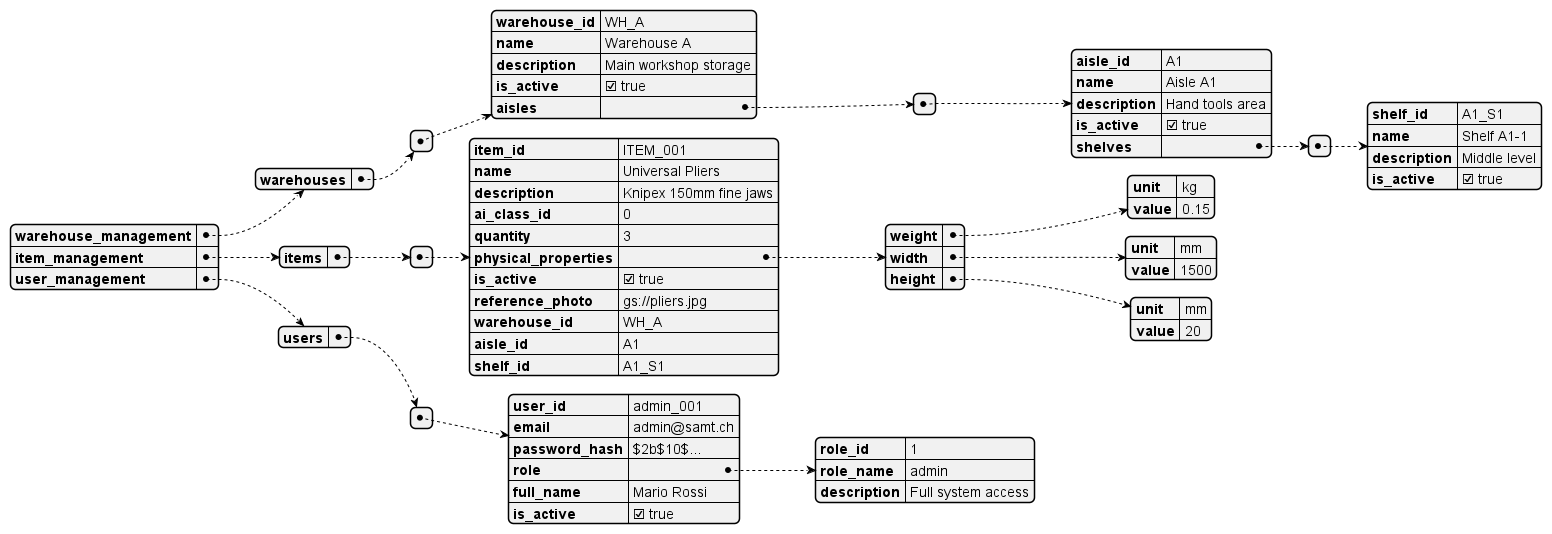
The PlantUML diagram 6_Allegati/Immagini diagrammi/DB/DB_data_structure_example.png in ArzaExE/X2SevenVault, before a commit. Its diagram source:
```plantuml
@startjson
{
  "warehouse_management": {
    "warehouses": [
      {
        "warehouse_id": "WH_A",
        "name": "Warehouse A",
        "description": "Main workshop storage",
        "is_active": true,
        "aisles":[
          {
            "aisle_id": "A1",
            "name": "Aisle A1",
            "description": "Hand tools area",
            "is_active": true,
            "shelves":[
              {
                "shelf_id": "A1_S1",
                "name": "Shelf A1-1",
                "description": "Middle level",
                "is_active": true
              }
            ]
          }
        ]
      }
    ]
  },
  "item_management": {
    "items": [
      {
        "item_id": "ITEM_001",
        "name": "Universal Pliers",
        "description": "Knipex 150mm fine jaws",
        "ai_class_id": 0,
        "quantity": 3,
        "physical_properties": {
          "weight":{
            "unit":"kg",
            "value":0.15
          },
          "width":{
            "unit":"mm",
            "value":1500
          },
          "height":{
            "unit":"mm",
            "value":20
          }
        },
        "is_active": true,
        "reference_photo": "gs://pliers.jpg",
        "warehouse_id" : "WH_A",
        "aisle_id" : "A1",
        "shelf_id" : "A1_S1"
      }
    ]
  },
  "user_management": {
    "users": [
      {
        "user_id": "admin_001",
        "email": "admin@samt.ch",
        "password_hash": "$2b$10$...",
        "role":
          {
        "role_id": 1,
        "role_name": "admin",
        "description": "Full system access"
      },
        "full_name": "Mario Rossi",
        "is_active": true
      }
    ]
  }
}
@endjson
```
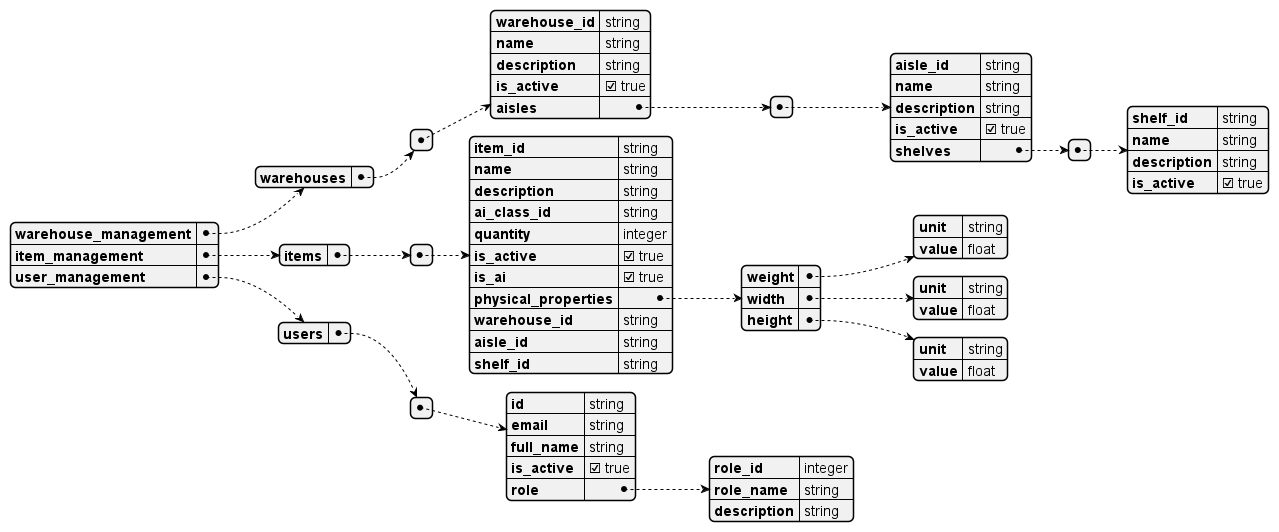
After the commit.

What changed in the source:
```diff
@@ -3,21 +3,21 @@
   "warehouse_management": {
     "warehouses": [
       {
-        "warehouse_id": "WH_A",
-        "name": "Warehouse A",
-        "description": "Main workshop storage",
+        "warehouse_id": "string",
+        "name": "string",
+        "description": "string",
         "is_active": true,
-        "aisles":[
+        "aisles": [
           {
-            "aisle_id": "A1",
-            "name": "Aisle A1",
-            "description": "Hand tools area",
+            "aisle_id": "string",
+            "name": "string",
+            "description": "string",
             "is_active": true,
-            "shelves":[
+            "shelves": [
               {
-                "shelf_id": "A1_S1",
-                "name": "Shelf A1-1",
-                "description": "Middle level",
+                "shelf_id": "string",
+                "name": "string",
+                "description": "string",
                 "is_active": true
               }
             ]
@@ -26,50 +26,43 @@
       }
     ]
   },
+
   "item_management": {
     "items": [
       {
-        "item_id": "ITEM_001",
-        "name": "Universal Pliers",
-        "description": "Knipex 150mm fine jaws",
-        "ai_class_id": 0,
-        "quantity": 3,
+        "item_id": "string",
+        "name": "string",
+        "description": "string",
+        "ai_class_id": "string",
+        "quantity": "integer",
+        "is_active": true,
+        "is_ai": true,
+
         "physical_properties": {
-          "weight":{
-            "unit":"kg",
-            "value":0.15
-          },
-          "width":{
-            "unit":"mm",
-            "value":1500
-          },
-          "height":{
-            "unit":"mm",
-            "value":20
-          }
+          "weight": { "unit": "string", "value": "float" },
+          "width": { "unit": "string", "value": "float" },
+          "height": { "unit": "string", "value": "float" }
         },
-        "is_active": true,
-        "reference_photo": "gs://pliers.jpg",
-        "warehouse_id" : "WH_A",
-        "aisle_id" : "A1",
-        "shelf_id" : "A1_S1"
+
+        "warehouse_id": "string",
+        "aisle_id": "string",
+        "shelf_id": "string"
       }
     ]
   },
+
   "user_management": {
     "users": [
       {
-        "user_id": "admin_001",
-        "email": "admin@samt.ch",
-        "password_hash": "$2b$10$...",
-        "role":
-          {
-        "role_id": 1,
-        "role_name": "admin",
-        "description": "Full system access"
-      },
-        "full_name": "Mario Rossi",
-        "is_active": true
+        "id": "string",
+        "email": "string",
+        "full_name": "string",
+        "is_active": true,
+        "role": {
+          "role_id": "integer",
+          "role_name": "string",
+          "description": "string"
+        }
       }
     ]
   }
```
